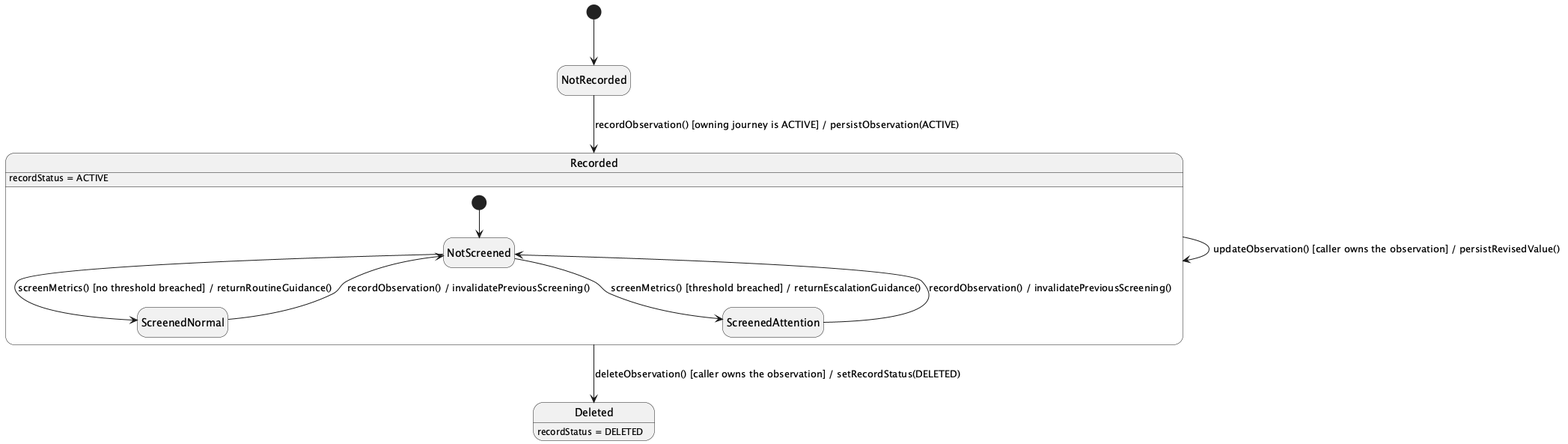
This is 03_Design/Detailed_Design/MF02_Mother_Care_Journey/images/02_Maternal_Metrics_Fetal_Movement_Hydration_and_AI_Screening_StateChartDiagram.png from ChuongBDHE172784/CareBridge_SEP490_G79, a PlantUML export, as it was before one commit.
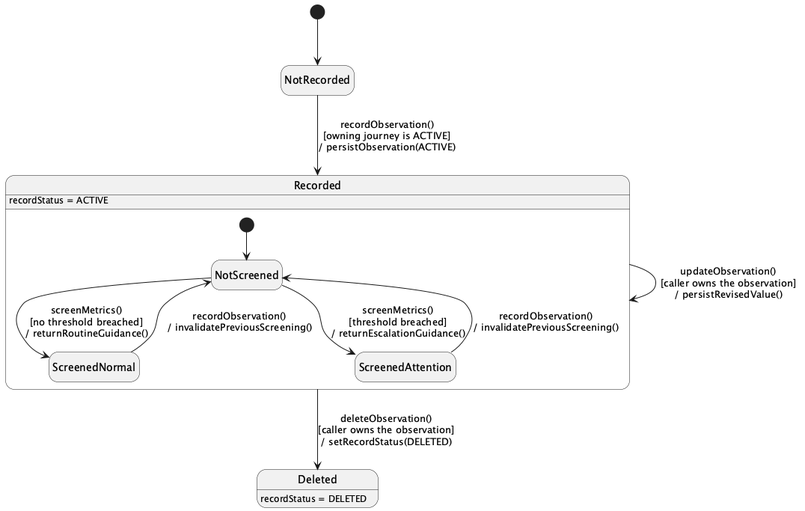
After the commit.

What changed in the source:
```diff
@@ -1,17 +1,17 @@
-@startuml
+@startuml StateChartDiagram_02MaternalMetricsFetalMovementHydrationandAIScreening
 hide empty description
 [*] --> NotRecorded
 
-NotRecorded --> Recorded : recordObservation() [owning journey is ACTIVE] / persistObservation(ACTIVE)
-Recorded --> Recorded : updateObservation() [caller owns the observation] / persistRevisedValue()
-Recorded --> Deleted : deleteObservation() [caller owns the observation] / setRecordStatus(DELETED)
+NotRecorded --> Recorded : recordObservation()\n[owning journey is ACTIVE]\n/ persistObservation(ACTIVE)
+Recorded --> Recorded : updateObservation()\n[caller owns the observation]\n/ persistRevisedValue()
+Recorded --> Deleted : deleteObservation()\n[caller owns the observation]\n/ setRecordStatus(DELETED)
 
 state Recorded {
   [*] --> NotScreened
-  NotScreened --> ScreenedNormal : screenMetrics() [no threshold breached] / returnRoutineGuidance()
-  NotScreened --> ScreenedAttention : screenMetrics() [threshold breached] / returnEscalationGuidance()
-  ScreenedNormal --> NotScreened : recordObservation() / invalidatePreviousScreening()
-  ScreenedAttention --> NotScreened : recordObservation() / invalidatePreviousScreening()
+  NotScreened --> ScreenedNormal : screenMetrics()\n[no threshold breached]\n/ returnRoutineGuidance()
+  NotScreened --> ScreenedAttention : screenMetrics()\n[threshold breached]\n/ returnEscalationGuidance()
+  ScreenedNormal --> NotScreened : recordObservation()\n/ invalidatePreviousScreening()
+  ScreenedAttention --> NotScreened : recordObservation()\n/ invalidatePreviousScreening()
 }
 
 Recorded : recordStatus = ACTIVE
```
